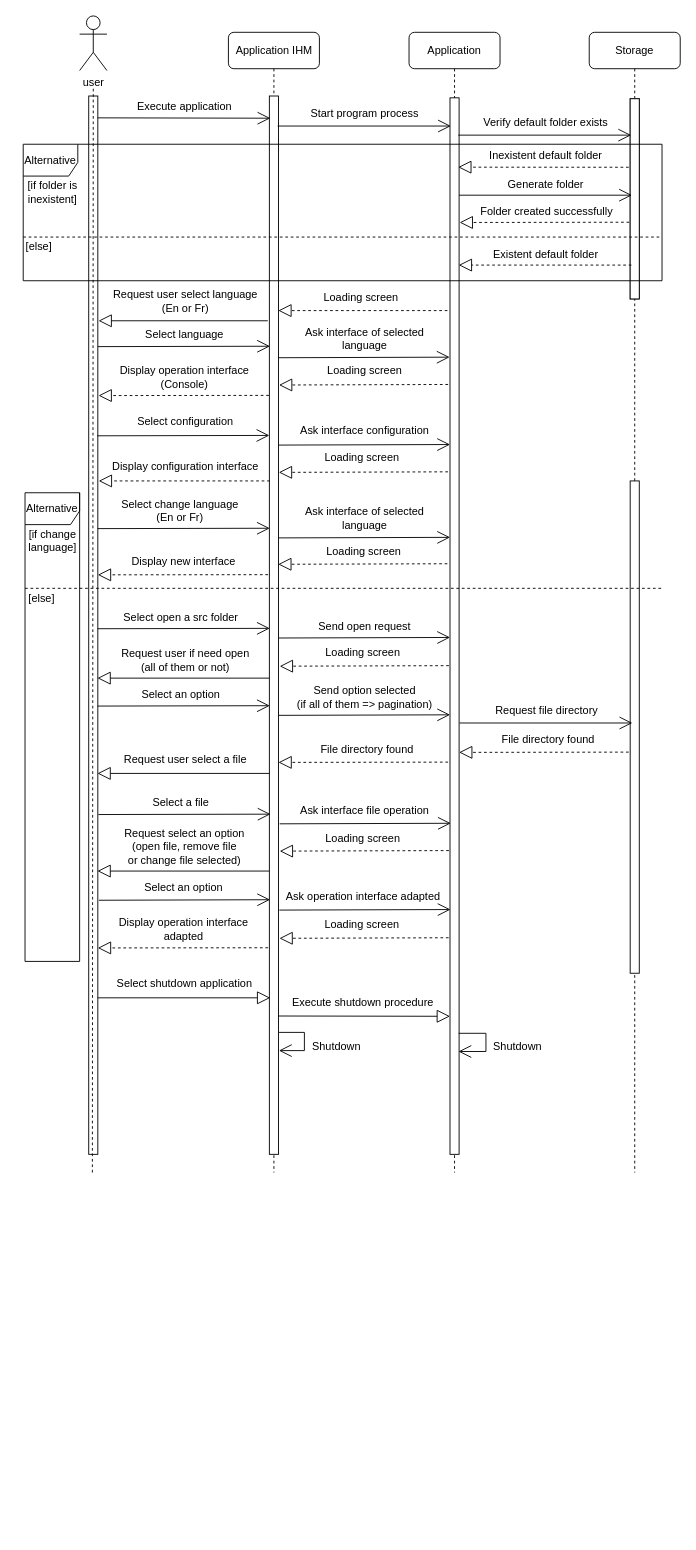
Earlier version of the draw.io diagram configuration diagram.drawio (Weicheng178/UML). Source tidied: cells renumbered, new cells numbered last; positions are measured from the earlier drawing's top-left corner, leaving out a move shared by most shapes. Both pictures are drawn from the tidied source at 91%, with x=0, y=0 at pixel (15, 15).
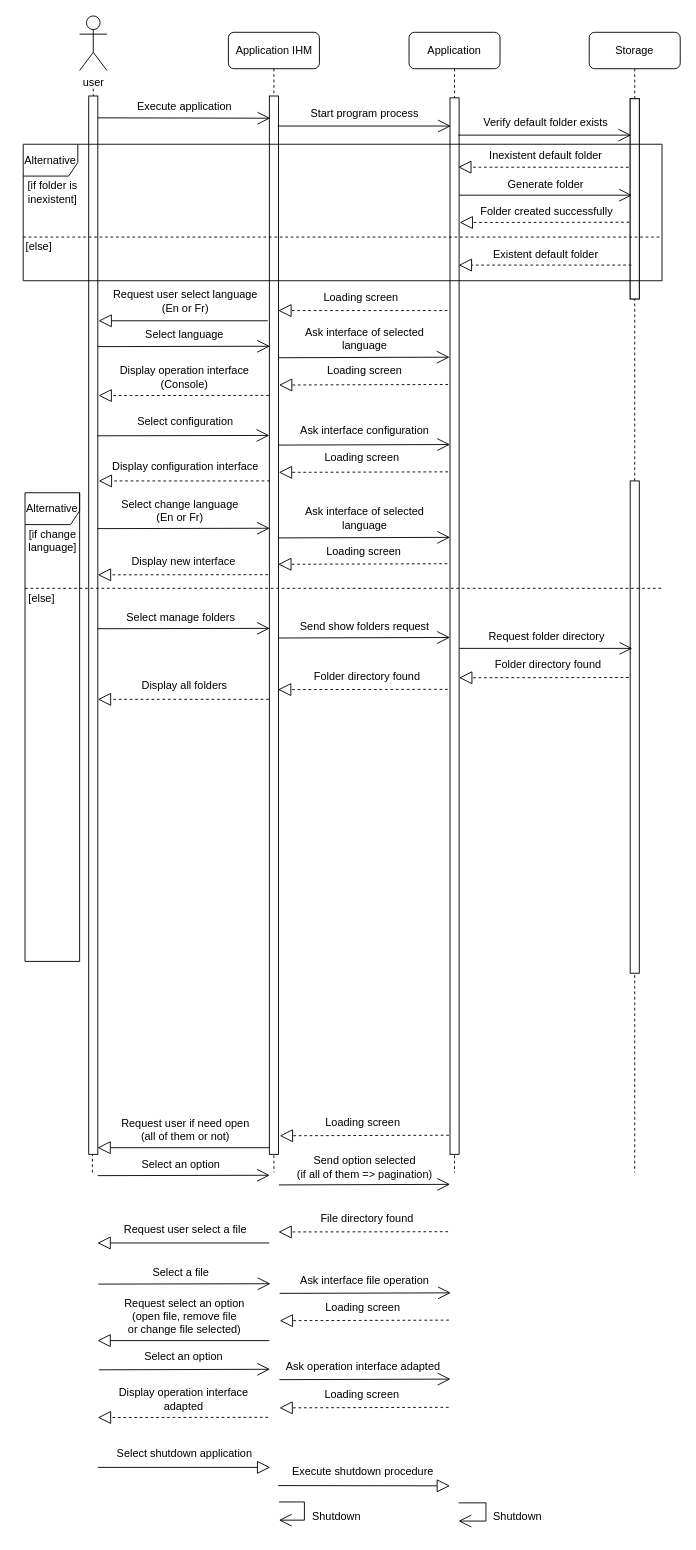
Above is the later version.

Change to the diagram source:
```diff
@@
+    <mxCell id="10" style="endArrow=none;dashed=1;html=1;rounded=1;" parent="1" edge="1">
+      <mxGeometry relative="1" as="geometry">
+        <mxPoint x="84" y="1271" as="sourcePoint" />
+        <mxPoint x="85" y="78" as="targetPoint" />
+      </mxGeometry>
+    </mxCell>
@@
-    <mxCell id="10" style="endArrow=none;dashed=1;html=1;rounded=1;" parent="1" edge="1">
-      <mxGeometry relative="1" as="geometry">
-        <mxPoint x="84" y="1271" as="sourcePoint" />
-        <mxPoint x="85" y="78" as="targetPoint" />
-      </mxGeometry>
-    </mxCell>
@@
     <mxCell id="50" style="endArrow=block;endFill=0;endSize=12;html=1;rounded=1;entryX=-0.002;entryY=0.916;entryDx=0;entryDy=0;entryPerimeter=0;" parent="1" edge="1">
       <mxGeometry relative="1" as="geometry">
-        <mxPoint x="288.3" y="1099" as="sourcePoint" />
-        <mxPoint x="477" y="1099.3" as="targetPoint" />
+        <mxPoint x="288.3" y="1615" as="sourcePoint" />
+        <mxPoint x="477" y="1615.3" as="targetPoint" />
       </mxGeometry>
     </mxCell>
     <mxCell id="51" style="endArrow=block;endFill=0;endSize=12;html=1;rounded=1;" parent="1" edge="1">
       <mxGeometry relative="1" as="geometry">
-        <mxPoint x="90" y="1079" as="sourcePoint" />
-        <mxPoint x="279.5" y="1079" as="targetPoint" />
+        <mxPoint x="90" y="1595" as="sourcePoint" />
+        <mxPoint x="279.5" y="1595" as="targetPoint" />
       </mxGeometry>
     </mxCell>
     <mxCell id="52" value="Execute shutdown procedure" style="text;html=1;align=center;verticalAlign=middle;strokeColor=none;fillColor=none;rounded=1;" parent="1" vertex="1">
-      <mxGeometry x="291.2" y="1069" width="180" height="30" as="geometry" />
+      <mxGeometry x="291.2" y="1585" width="180" height="30" as="geometry" />
     </mxCell>
     <mxCell id="53" value="Shutdown" style="text;html=1;align=center;verticalAlign=middle;strokeColor=none;fillColor=none;rounded=1;" parent="1" vertex="1">
-      <mxGeometry x="312.4" y="1118" width="80" height="30" as="geometry" />
+      <mxGeometry x="312.4" y="1634" width="80" height="30" as="geometry" />
     </mxCell>
     <mxCell id="54" style="endArrow=open;endFill=1;endSize=12;html=1;rounded=0;" parent="1" edge="1">
       <mxGeometry relative="1" as="geometry">
-        <mxPoint x="486.5" y="1118" as="sourcePoint" />
-        <mxPoint x="486.3" y="1138" as="targetPoint" />
+        <mxPoint x="486.5" y="1634" as="sourcePoint" />
+        <mxPoint x="486.3" y="1654" as="targetPoint" />
         <Array as="points">
-          <mxPoint x="516.5" y="1118" />
-          <mxPoint x="516.5" y="1138" />
+          <mxPoint x="516.5" y="1634" />
+          <mxPoint x="516.5" y="1654" />
         </Array>
       </mxGeometry>
     </mxCell>
     <mxCell id="55" value="Shutdown" style="text;html=1;align=center;verticalAlign=middle;strokeColor=none;fillColor=none;rounded=1;" parent="1" vertex="1">
-      <mxGeometry x="511.1" y="1118" width="80" height="30" as="geometry" />
+      <mxGeometry x="511.1" y="1634" width="80" height="30" as="geometry" />
     </mxCell>
     <mxCell id="56" value="Select shutdown application" style="text;html=1;align=center;verticalAlign=middle;strokeColor=none;fillColor=none;rounded=1;" parent="1" vertex="1">
-      <mxGeometry x="100" y="1049" width="170" height="30" as="geometry" />
+      <mxGeometry x="100" y="1565" width="170" height="30" as="geometry" />
     </mxCell>
     <mxCell id="57" style="endArrow=open;endFill=1;endSize=12;html=1;rounded=0;" parent="1" edge="1">
       <mxGeometry relative="1" as="geometry">
-        <mxPoint x="289.2" y="1117" as="sourcePoint" />
-        <mxPoint x="289" y="1137" as="targetPoint" />
+        <mxPoint x="289.2" y="1633" as="sourcePoint" />
+        <mxPoint x="289" y="1653" as="targetPoint" />
         <Array as="points">
-          <mxPoint x="317" y="1117" />
-          <mxPoint x="317" y="1137" />
+          <mxPoint x="317" y="1633" />
+          <mxPoint x="317" y="1653" />
         </Array>
       </mxGeometry>
     </mxCell>
@@
-    <mxCell id="64" value="Select open a src folder" style="text;html=1;align=center;verticalAlign=middle;strokeColor=none;fillColor=none;rounded=1;" parent="1" vertex="1">
-      <mxGeometry x="105.5" y="646" width="150" height="30" as="geometry" />
+    <mxCell id="64" value="Select manage folders" style="text;html=1;align=center;verticalAlign=middle;strokeColor=none;fillColor=none;rounded=1;" parent="1" vertex="1">
+      <mxGeometry x="110.5" y="646" width="140" height="30" as="geometry" />
     </mxCell>
@@
     <mxCell id="66" value="Request user if need open&lt;br&gt;(all of them or not)" style="text;html=1;align=center;verticalAlign=middle;strokeColor=none;fillColor=none;rounded=1;" parent="1" vertex="1">
-      <mxGeometry x="106.1" y="688" width="160" height="40" as="geometry" />
+      <mxGeometry x="106.1" y="1204" width="160" height="40" as="geometry" />
     </mxCell>
     <mxCell id="67" style="endArrow=block;endFill=0;endSize=12;html=1;rounded=1;" parent="1" edge="1">
       <mxGeometry relative="1" as="geometry">
-        <mxPoint x="278.5" y="727.7" as="sourcePoint" />
-        <mxPoint x="89.6" y="727.7" as="targetPoint" />
+        <mxPoint x="278.5" y="1243.7" as="sourcePoint" />
+        <mxPoint x="89.6" y="1243.7" as="targetPoint" />
       </mxGeometry>
     </mxCell>
@@
-    <mxCell id="69" value="Send open request" style="text;html=1;align=center;verticalAlign=middle;strokeColor=none;fillColor=none;rounded=1;" parent="1" vertex="1">
-      <mxGeometry x="323.3" y="655.5" width="120" height="30" as="geometry" />
+    <mxCell id="69" value="Send show folders request" style="text;html=1;align=center;verticalAlign=middle;strokeColor=none;fillColor=none;rounded=1;" parent="1" vertex="1">
+      <mxGeometry x="298.3" y="655.5" width="170" height="30" as="geometry" />
     </mxCell>
     <mxCell id="70" value="Loading screen" style="text;html=1;align=center;verticalAlign=middle;strokeColor=none;fillColor=none;rounded=1;" parent="1" vertex="1">
-      <mxGeometry x="325.6" y="685" width="110" height="30" as="geometry" />
+      <mxGeometry x="325.6" y="1201" width="110" height="30" as="geometry" />
     </mxCell>
     <mxCell id="71" style="endArrow=block;dashed=1;endFill=0;endSize=12;html=1;rounded=1;exitX=-0.211;exitY=0.186;exitDx=0;exitDy=0;exitPerimeter=0;" parent="1" edge="1">
       <mxGeometry relative="1" as="geometry">
-        <mxPoint x="475.8" y="714" as="sourcePoint" />
-        <mxPoint x="289.9" y="714.6" as="targetPoint" />
+        <mxPoint x="475.8" y="1230" as="sourcePoint" />
+        <mxPoint x="289.9" y="1230.6" as="targetPoint" />
       </mxGeometry>
     </mxCell>
     <mxCell id="72" value="Select an option" style="text;html=1;align=center;verticalAlign=middle;strokeColor=none;fillColor=none;rounded=1;" parent="1" vertex="1">
-      <mxGeometry x="125.5" y="731" width="110" height="30" as="geometry" />
+      <mxGeometry x="125.5" y="1247" width="110" height="30" as="geometry" />
     </mxCell>
     <mxCell id="73" style="endArrow=open;endFill=1;endSize=12;html=1;rounded=1;entryX=0.071;entryY=0.165;entryDx=0;entryDy=0;entryPerimeter=0;" parent="1" edge="1">
       <mxGeometry relative="1" as="geometry">
-        <mxPoint x="89.8" y="758.4" as="sourcePoint" />
-        <mxPoint x="279" y="758" as="targetPoint" />
+        <mxPoint x="89.8" y="1274.4" as="sourcePoint" />
+        <mxPoint x="279" y="1274" as="targetPoint" />
       </mxGeometry>
     </mxCell>
     <mxCell id="74" value="Request user select a file" style="text;html=1;align=center;verticalAlign=middle;strokeColor=none;fillColor=none;rounded=1;" parent="1" vertex="1">
-      <mxGeometry x="106.1" y="802.7" width="160" height="30" as="geometry" />
+      <mxGeometry x="106.1" y="1318.7" width="160" height="30" as="geometry" />
     </mxCell>
     <mxCell id="75" style="endArrow=block;endFill=0;endSize=12;html=1;rounded=1;" parent="1" edge="1">
       <mxGeometry relative="1" as="geometry">
-        <mxPoint x="278.5" y="832.4" as="sourcePoint" />
-        <mxPoint x="89.6" y="832.4" as="targetPoint" />
+        <mxPoint x="278.5" y="1348.4" as="sourcePoint" />
+        <mxPoint x="89.6" y="1348.4" as="targetPoint" />
       </mxGeometry>
     </mxCell>
     <mxCell id="76" style="endArrow=open;endFill=1;endSize=12;html=1;rounded=1;entryX=-0.083;entryY=0.173;entryDx=0;entryDy=0;entryPerimeter=0;" parent="1" edge="1">
       <mxGeometry relative="1" as="geometry">
-        <mxPoint x="289" y="768.6" as="sourcePoint" />
-        <mxPoint x="477.1" y="768" as="targetPoint" />
+        <mxPoint x="289" y="1284.6" as="sourcePoint" />
+        <mxPoint x="477.1" y="1284" as="targetPoint" />
       </mxGeometry>
     </mxCell>
     <mxCell id="77" value="Send option selected&lt;br&gt;(if all of them =&amp;gt; pagination)" style="text;html=1;align=center;verticalAlign=middle;strokeColor=none;fillColor=none;rounded=1;" parent="1" vertex="1">
-      <mxGeometry x="298.3" y="728.5" width="170" height="40" as="geometry" />
+      <mxGeometry x="298.3" y="1244.5" width="170" height="40" as="geometry" />
     </mxCell>
     <mxCell id="78" style="endArrow=open;endFill=1;endSize=12;html=1;rounded=1;targetPerimeterSpacing=-4;sourcePerimeterSpacing=3;" parent="1" edge="1">
       <mxGeometry relative="1" as="geometry">
-        <mxPoint x="487.4" y="777" as="sourcePoint" />
-        <mxPoint x="677.4" y="777" as="targetPoint" />
+        <mxPoint x="487.4" y="695" as="sourcePoint" />
+        <mxPoint x="677.4" y="695" as="targetPoint" />
       </mxGeometry>
     </mxCell>
-    <mxCell id="79" value="Request file directory" style="text;html=1;align=center;verticalAlign=middle;strokeColor=none;fillColor=none;rounded=1;" parent="1" vertex="1">
-      <mxGeometry x="512.8" y="749" width="140" height="30" as="geometry" />
+    <mxCell id="79" value="Request folder directory" style="text;html=1;align=center;verticalAlign=middle;strokeColor=none;fillColor=none;rounded=1;" parent="1" vertex="1">
+      <mxGeometry x="507.8" y="667" width="150" height="30" as="geometry" />
     </mxCell>
     <mxCell id="80" style="endArrow=block;dashed=1;endFill=0;endSize=12;html=1;rounded=1;targetPerimeterSpacing=-4;sourcePerimeterSpacing=3;exitX=-0.099;exitY=0.603;exitDx=0;exitDy=0;exitPerimeter=0;" parent="1" edge="1">
       <mxGeometry relative="1" as="geometry">
-        <mxPoint x="673.4" y="809" as="sourcePoint" />
-        <mxPoint x="487" y="809.3" as="targetPoint" />
+        <mxPoint x="673.4" y="727" as="sourcePoint" />
+        <mxPoint x="487" y="727.3" as="targetPoint" />
       </mxGeometry>
     </mxCell>
-    <mxCell id="81" value="&amp;nbsp;File directory found&lt;br&gt;" style="text;html=1;align=center;verticalAlign=middle;strokeColor=none;fillColor=none;rounded=1;" parent="1" vertex="1">
-      <mxGeometry x="517.8" y="780" width="130" height="30" as="geometry" />
+    <mxCell id="81" value="&amp;nbsp;Folder directory found" style="text;html=1;align=center;verticalAlign=middle;strokeColor=none;fillColor=none;rounded=1;" parent="1" vertex="1">
+      <mxGeometry x="512.8" y="698" width="140" height="30" as="geometry" />
     </mxCell>
     <mxCell id="82" style="endArrow=block;dashed=1;endFill=0;endSize=12;html=1;rounded=1;targetPerimeterSpacing=-4;sourcePerimeterSpacing=3;exitX=-0.099;exitY=0.603;exitDx=0;exitDy=0;exitPerimeter=0;" parent="1" edge="1">
       <mxGeometry relative="1" as="geometry">
-        <mxPoint x="474.9" y="820" as="sourcePoint" />
-        <mxPoint x="288.5" y="820.3" as="targetPoint" />
+        <mxPoint x="474.9" y="1336" as="sourcePoint" />
+        <mxPoint x="288.5" y="1336.3" as="targetPoint" />
       </mxGeometry>
     </mxCell>
     <mxCell id="83" value="&amp;nbsp;File directory found&lt;br&gt;" style="text;html=1;align=center;verticalAlign=middle;strokeColor=none;fillColor=none;rounded=1;" parent="1" vertex="1">
-      <mxGeometry x="319.3" y="791" width="130" height="30" as="geometry" />
+      <mxGeometry x="319.3" y="1307" width="130" height="30" as="geometry" />
     </mxCell>
     <mxCell id="84" value="Select a file" style="text;html=1;align=center;verticalAlign=middle;strokeColor=none;fillColor=none;rounded=1;" parent="1" vertex="1">
-      <mxGeometry x="136.3" y="850.2" width="90" height="30" as="geometry" />
+      <mxGeometry x="136.3" y="1366.2" width="90" height="30" as="geometry" />
     </mxCell>
     <mxCell id="85" style="endArrow=open;endFill=1;endSize=12;html=1;rounded=1;entryX=0.071;entryY=0.165;entryDx=0;entryDy=0;entryPerimeter=0;" parent="1" edge="1">
       <mxGeometry relative="1" as="geometry">
-        <mxPoint x="90.6" y="877.6" as="sourcePoint" />
-        <mxPoint x="279.8" y="877.2" as="targetPoint" />
+        <mxPoint x="90.6" y="1393.6" as="sourcePoint" />
+        <mxPoint x="279.8" y="1393.2" as="targetPoint" />
       </mxGeometry>
     </mxCell>
     <mxCell id="86" style="endArrow=open;endFill=1;endSize=12;html=1;rounded=1;entryX=-0.083;entryY=0.173;entryDx=0;entryDy=0;entryPerimeter=0;" parent="1" edge="1">
       <mxGeometry relative="1" as="geometry">
-        <mxPoint x="289.8" y="887.8" as="sourcePoint" />
-        <mxPoint x="477.9" y="887.2" as="targetPoint" />
+        <mxPoint x="289.8" y="1403.8" as="sourcePoint" />
+        <mxPoint x="477.9" y="1403.2" as="targetPoint" />
       </mxGeometry>
     </mxCell>
     <mxCell id="87" value="Ask interface file operation" style="text;html=1;align=center;verticalAlign=middle;strokeColor=none;fillColor=none;rounded=1;" parent="1" vertex="1">
-      <mxGeometry x="302.8" y="859.2" width="160" height="30" as="geometry" />
+      <mxGeometry x="302.8" y="1375.2" width="160" height="30" as="geometry" />
     </mxCell>
     <mxCell id="88" value="Loading screen" style="text;html=1;align=center;verticalAlign=middle;strokeColor=none;fillColor=none;rounded=1;" parent="1" vertex="1">
-      <mxGeometry x="325.6" y="889.2" width="110" height="30" as="geometry" />
+      <mxGeometry x="325.6" y="1405.2" width="110" height="30" as="geometry" />
     </mxCell>
     <mxCell id="89" style="endArrow=block;dashed=1;endFill=0;endSize=12;html=1;rounded=1;exitX=-0.211;exitY=0.186;exitDx=0;exitDy=0;exitPerimeter=0;" parent="1" edge="1">
       <mxGeometry relative="1" as="geometry">
-        <mxPoint x="475.8" y="917.2" as="sourcePoint" />
-        <mxPoint x="289.9" y="917.8" as="targetPoint" />
+        <mxPoint x="475.8" y="1433.2" as="sourcePoint" />
+        <mxPoint x="289.9" y="1433.8" as="targetPoint" />
       </mxGeometry>
     </mxCell>
     <mxCell id="90" value="Request select an option&lt;br&gt;(open file, remove file &lt;br&gt;or change file selected)" style="text;html=1;align=center;verticalAlign=middle;strokeColor=none;fillColor=none;rounded=1;" parent="1" vertex="1">
-      <mxGeometry x="105" y="883.2" width="160" height="60" as="geometry" />
+      <mxGeometry x="105" y="1399.2" width="160" height="60" as="geometry" />
     </mxCell>
     <mxCell id="91" style="endArrow=block;endFill=0;endSize=12;html=1;rounded=1;" parent="1" edge="1">
       <mxGeometry relative="1" as="geometry">
-        <mxPoint x="278.5" y="939.7" as="sourcePoint" />
-        <mxPoint x="89.6" y="939.7" as="targetPoint" />
+        <mxPoint x="278.5" y="1455.7" as="sourcePoint" />
+        <mxPoint x="89.6" y="1455.7" as="targetPoint" />
       </mxGeometry>
     </mxCell>
     <mxCell id="92" style="endArrow=open;endFill=1;endSize=12;html=1;rounded=1;entryX=-0.083;entryY=0.173;entryDx=0;entryDy=0;entryPerimeter=0;" parent="1" edge="1">
       <mxGeometry relative="1" as="geometry">
-        <mxPoint x="91.2" y="971.8" as="sourcePoint" />
-        <mxPoint x="279.3" y="971.2" as="targetPoint" />
+        <mxPoint x="91.2" y="1487.8" as="sourcePoint" />
+        <mxPoint x="279.3" y="1487.2" as="targetPoint" />
       </mxGeometry>
     </mxCell>
     <mxCell id="93" value="Select an option" style="text;html=1;align=center;verticalAlign=middle;strokeColor=none;fillColor=none;rounded=1;" parent="1" vertex="1">
-      <mxGeometry x="129.2" y="943.2" width="110" height="30" as="geometry" />
+      <mxGeometry x="129.2" y="1459.2" width="110" height="30" as="geometry" />
     </mxCell>
     <mxCell id="94" style="endArrow=open;endFill=1;endSize=12;html=1;rounded=1;entryX=-0.083;entryY=0.173;entryDx=0;entryDy=0;entryPerimeter=0;" parent="1" edge="1">
       <mxGeometry relative="1" as="geometry">
-        <mxPoint x="289.5" y="982.6" as="sourcePoint" />
-        <mxPoint x="477.6" y="982" as="targetPoint" />
+        <mxPoint x="289.5" y="1498.6" as="sourcePoint" />
+        <mxPoint x="477.6" y="1498" as="targetPoint" />
       </mxGeometry>
     </mxCell>
     <mxCell id="95" value="Ask operation interface adapted&amp;nbsp;" style="text;html=1;align=center;verticalAlign=middle;strokeColor=none;fillColor=none;rounded=1;" parent="1" vertex="1">
-      <mxGeometry x="282.5" y="953" width="200" height="30" as="geometry" />
+      <mxGeometry x="282.5" y="1469" width="200" height="30" as="geometry" />
     </mxCell>
     <mxCell id="96" value="Loading screen" style="text;html=1;align=center;verticalAlign=middle;strokeColor=none;fillColor=none;rounded=1;" parent="1" vertex="1">
-      <mxGeometry x="325.3" y="984" width="110" height="30" as="geometry" />
+      <mxGeometry x="325.3" y="1500" width="110" height="30" as="geometry" />
     </mxCell>
     <mxCell id="97" style="endArrow=block;dashed=1;endFill=0;endSize=12;html=1;rounded=1;exitX=-0.211;exitY=0.186;exitDx=0;exitDy=0;exitPerimeter=0;" parent="1" edge="1">
       <mxGeometry relative="1" as="geometry">
-        <mxPoint x="475.5" y="1013" as="sourcePoint" />
-        <mxPoint x="289.6" y="1013.6" as="targetPoint" />
+        <mxPoint x="475.5" y="1529" as="sourcePoint" />
+        <mxPoint x="289.6" y="1529.6" as="targetPoint" />
       </mxGeometry>
     </mxCell>
     <mxCell id="98" style="endArrow=block;dashed=1;endFill=0;endSize=12;html=1;rounded=1;exitX=-0.125;exitY=0.144;exitDx=0;exitDy=0;exitPerimeter=0;" parent="1" edge="1">
       <mxGeometry relative="1" as="geometry">
-        <mxPoint x="277.1" y="1024" as="sourcePoint" />
-        <mxPoint x="90" y="1024.2" as="targetPoint" />
+        <mxPoint x="277.1" y="1540" as="sourcePoint" />
+        <mxPoint x="90" y="1540.2" as="targetPoint" />
       </mxGeometry>
     </mxCell>
     <mxCell id="99" value="Display operation interface &lt;br&gt;adapted" style="text;html=1;align=center;verticalAlign=middle;strokeColor=none;fillColor=none;rounded=1;" parent="1" vertex="1">
-      <mxGeometry x="99.2" y="984" width="170" height="40" as="geometry" />
+      <mxGeometry x="99.2" y="1500" width="170" height="40" as="geometry" />
     </mxCell>
@@
+    <mxCell id="107" style="endArrow=block;dashed=1;endFill=0;endSize=12;html=1;rounded=1;targetPerimeterSpacing=-4;sourcePerimeterSpacing=3;exitX=-0.099;exitY=0.603;exitDx=0;exitDy=0;exitPerimeter=0;" parent="1" edge="1">
+      <mxGeometry relative="1" as="geometry">
+        <mxPoint x="474.5" y="740" as="sourcePoint" />
+        <mxPoint x="288" y="740.3" as="targetPoint" />
+      </mxGeometry>
+    </mxCell>
+    <mxCell id="108" value="&amp;nbsp;Folder directory found" style="text;html=1;align=center;verticalAlign=middle;strokeColor=none;fillColor=none;rounded=1;" parent="1" vertex="1">
+      <mxGeometry x="313.9" y="711" width="140" height="30" as="geometry" />
+    </mxCell>
+    <mxCell id="109" value="Display all folders" style="text;html=1;align=center;verticalAlign=middle;strokeColor=none;fillColor=none;rounded=1;" parent="1" vertex="1">
+      <mxGeometry x="124.8" y="721" width="120" height="30" as="geometry" />
+    </mxCell>
+    <mxCell id="110" style="endArrow=block;dashed=1;endFill=0;endSize=12;html=1;rounded=1;" parent="1" edge="1">
+      <mxGeometry relative="1" as="geometry">
+        <mxPoint x="278" y="751" as="sourcePoint" />
+        <mxPoint x="90" y="751" as="targetPoint" />
+      </mxGeometry>
+    </mxCell>
```
